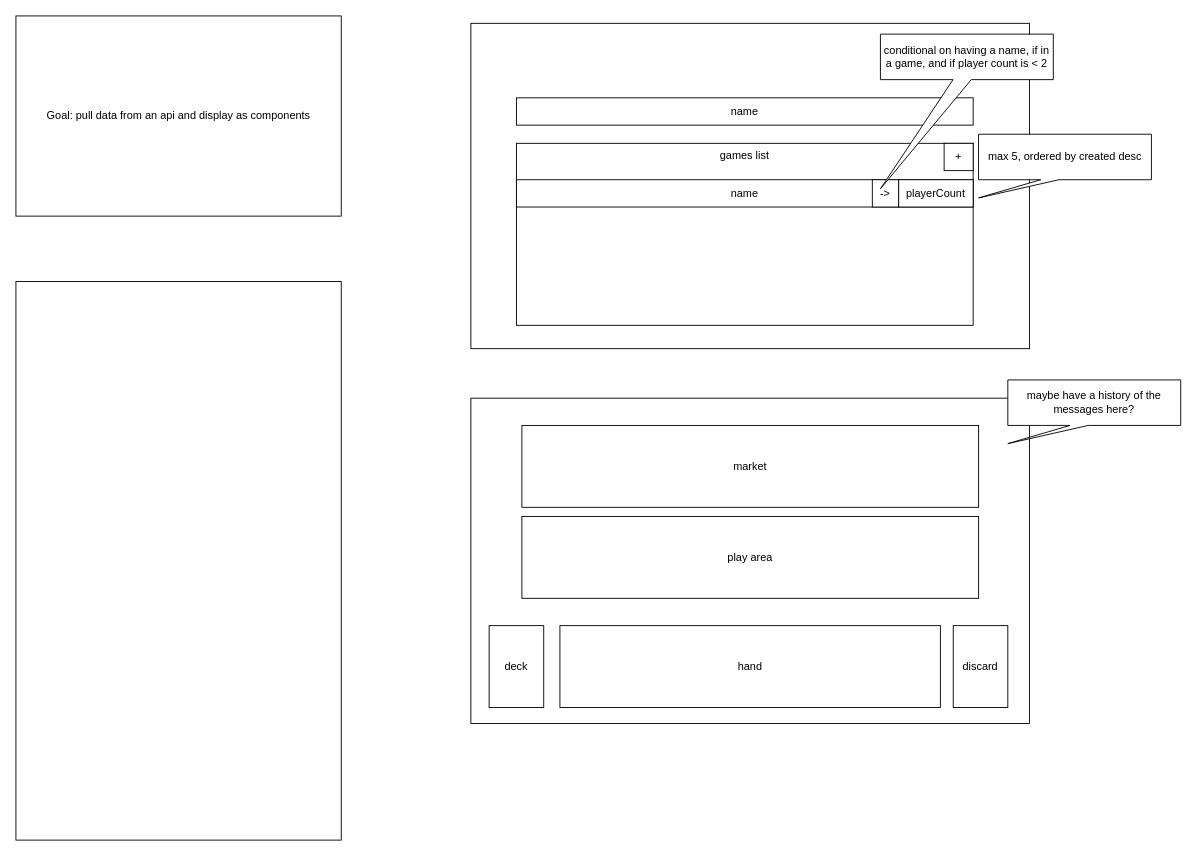
Before: page "stage 1" (1 of 2) of client/game.drawio in Jaeger2305/du-meine-gute, a draw.io diagram. Source tidied: cells renumbered, new cells numbered last; positions are measured from the earlier drawing's top-left corner, leaving out a move shared by most shapes. Both pictures are drawn from the tidied source at 91%, with x=0, y=0 at pixel (15, -94).
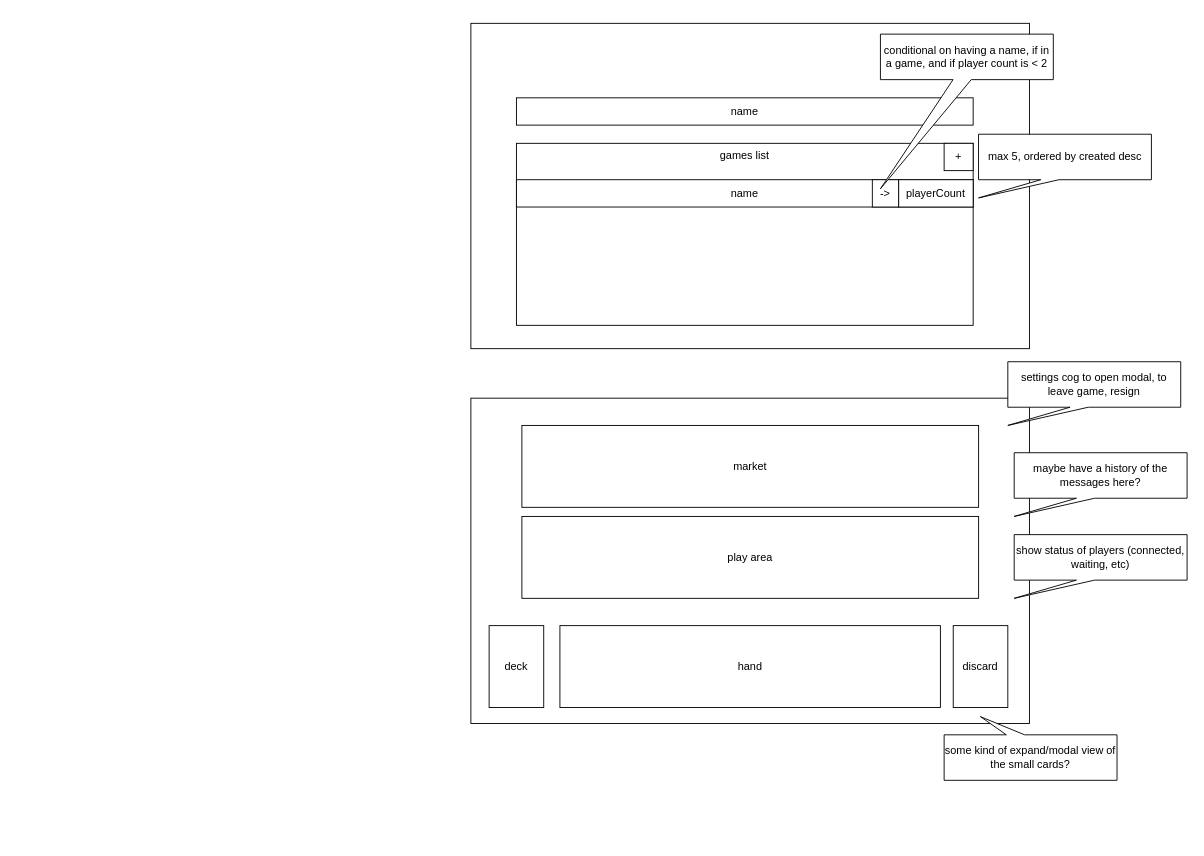
The same diagram, later.

The edit, as a diff of the source:
```diff
@@
-    <mxCell id="3" style="rounded=0;whiteSpace=wrap;html=1;rotation=0;" parent="1" vertex="1">
-      <mxGeometry y="411.9" width="357.5" height="613.8" as="geometry" />
-    </mxCell>
@@
     <mxCell id="18" value="maybe have a history of the messages here?" style="shape=callout;whiteSpace=wrap;html=1;perimeter=calloutPerimeter;position2=0;size=20;position=0.36;" parent="1" vertex="1">
-      <mxGeometry x="1090" y="520" width="190" height="70" as="geometry" />
+      <mxGeometry x="1097" y="600" width="190" height="70" as="geometry" />
     </mxCell>
-    <mxCell id="19" value="Goal: pull data from an api and display as components" style="rounded=0;whiteSpace=wrap;html=1;rotation=0;" parent="1" vertex="1">
-      <mxGeometry y="120" width="357.5" height="220" as="geometry" />
-    </mxCell>
+    <mxCell id="20" value="settings cog to open modal, to leave game, resign" style="shape=callout;whiteSpace=wrap;html=1;perimeter=calloutPerimeter;position2=0;size=20;position=0.36;" parent="1" vertex="1">
+      <mxGeometry x="1090" y="500" width="190" height="70" as="geometry" />
+    </mxCell>
+    <mxCell id="21" value="show status of players (connected, waiting, etc)" style="shape=callout;whiteSpace=wrap;html=1;perimeter=calloutPerimeter;position2=0;size=20;position=0.36;" parent="1" vertex="1">
+      <mxGeometry x="1097" y="690" width="190" height="70" as="geometry" />
+    </mxCell>
+    <mxCell id="22" value="some kind of expand/modal view of the small cards?" style="shape=callout;whiteSpace=wrap;html=1;perimeter=calloutPerimeter;position2=0.21;size=20;position=0.36;flipV=1;" parent="1" vertex="1">
+      <mxGeometry x="1020" y="890" width="190" height="70" as="geometry" />
+    </mxCell>
```
